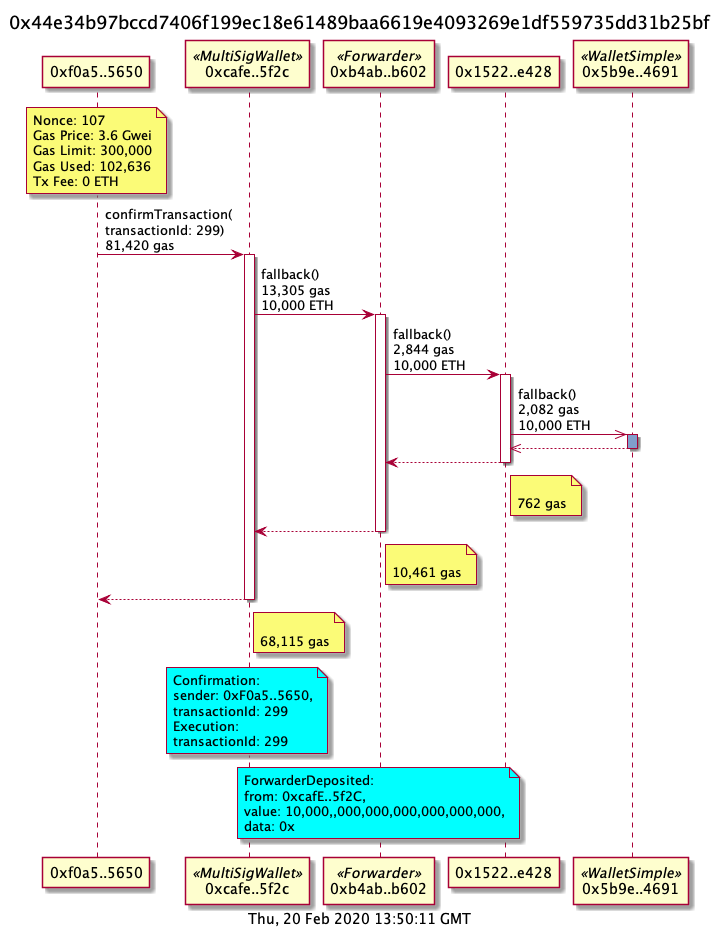
Before: examples/aragonMultiSig.png, a diagram exported from PlantUML (naddison36/tx2uml).
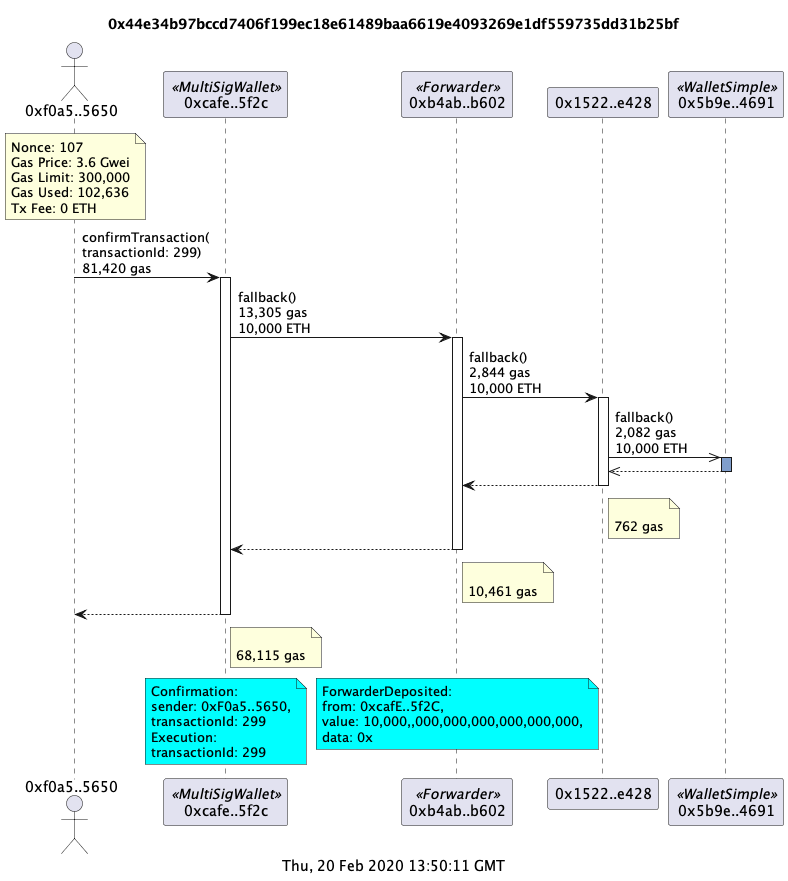
The same file after the commit.

What changed in the source:
```diff
@@ -1,7 +1,7 @@
 @startuml
 title 0x44e34b97bccd7406f199ec18e61489baa6619e4093269e1df559735dd31b25bf
 caption  Thu, 20 Feb 2020 13:50:11 GMT
-participant "0xf0a5..5650" as f0a55650
+actor "0xf0a5..5650" as f0a55650
 participant "0xcafe..5f2c" as cafe5f2c <<MultiSigWallet>>
 participant "0xb4ab..b602" as b4abb602 <<Forwarder>>
 participant "0x1522..e428" as 1522e428
@@ -38,7 +38,7 @@
 Execution:
 transactionId: 299
 end note
-note over b4abb602 #aqua
+/ note over b4abb602 #aqua
 ForwarderDeposited:
 from: 0xcafE..5f2C,
 value: 10,000,,000,000,000,000,000,000,
```
